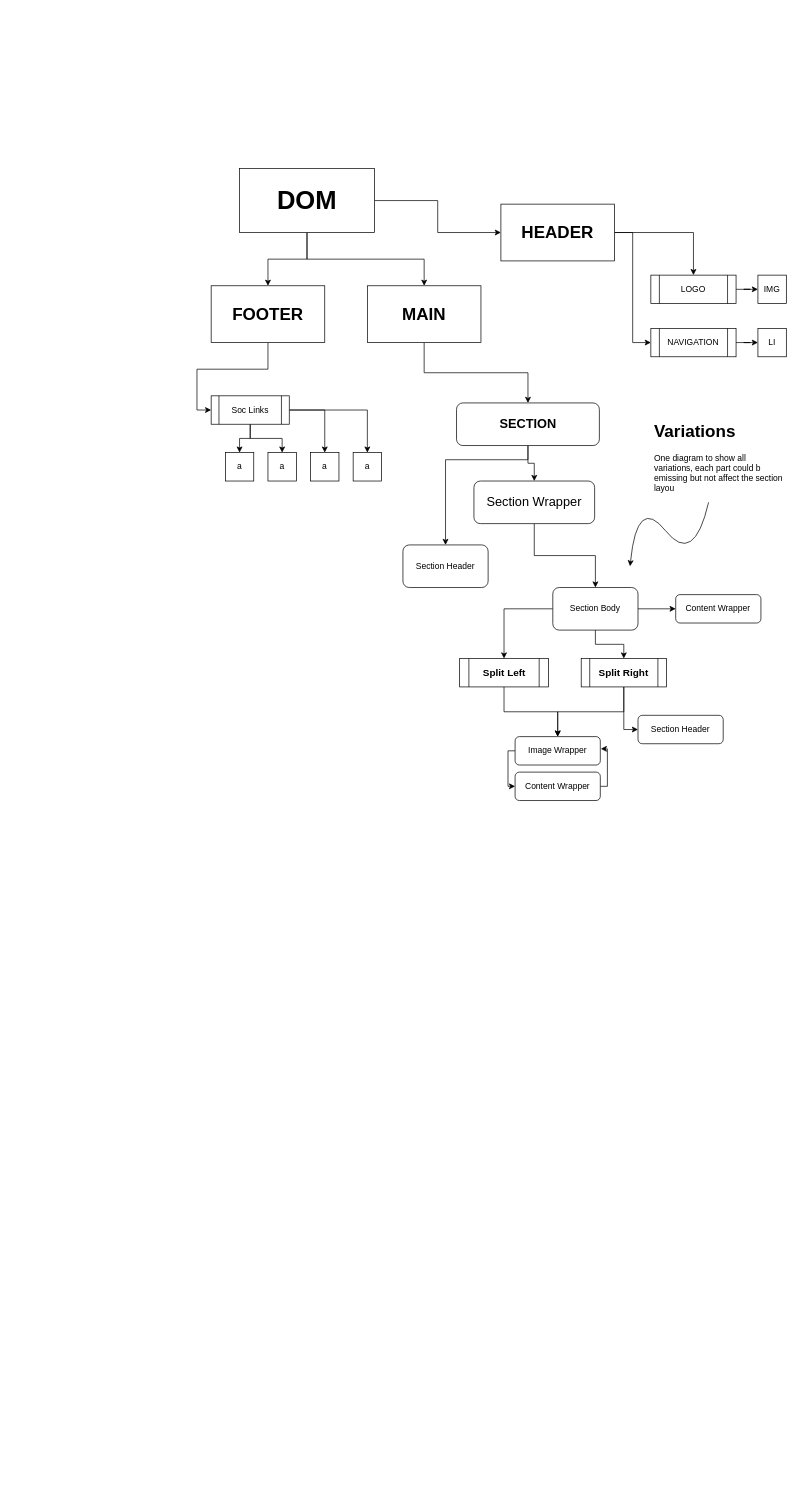
Above: Untitled Diagram.drawio in erazmozen/React-Gallery (draw.io), before the change. Source tidied: cells renumbered, new cells numbered last; positions are measured from the earlier drawing's top-left corner, leaving out a move shared by most shapes. Both pictures are drawn from the tidied source at 71%, with x=0, y=0 at pixel (211, 168).
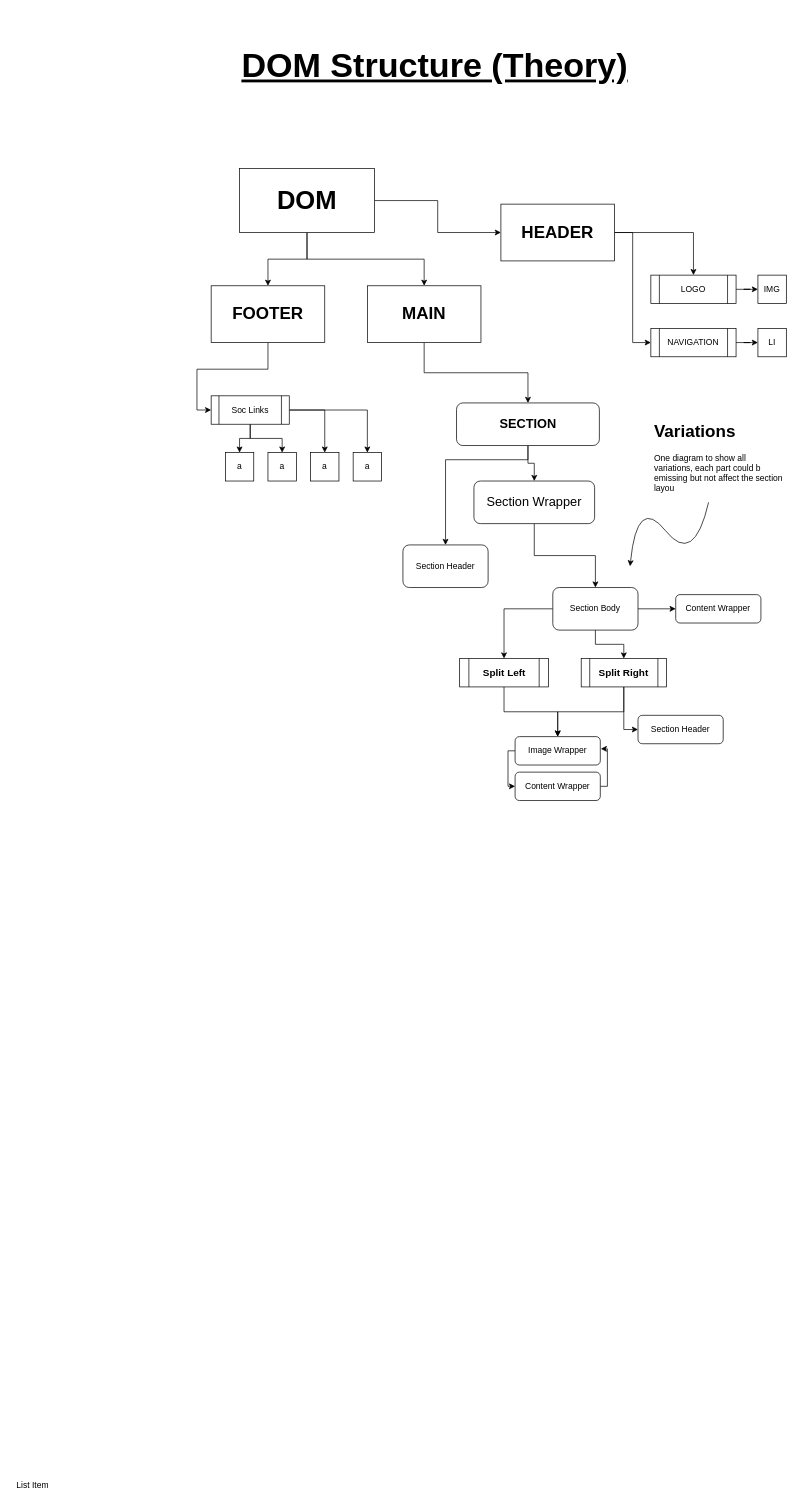
Above is the later version.

Change to the diagram source:
```diff
@@
+    <mxCell id="51" value="&lt;font style=&quot;font-size: 48px;&quot;&gt;&lt;b&gt;&lt;u&gt;DOM Structure (Theory)&lt;/u&gt;&lt;/b&gt;&lt;/font&gt;" style="text;html=1;strokeColor=none;fillColor=none;align=center;verticalAlign=middle;whiteSpace=wrap;rounded=0;" parent="1" vertex="1">
+      <mxGeometry x="39.9" y="-220" width="550" height="150" as="geometry" />
+    </mxCell>
+    <mxCell id="52" value="List Item" style="text;strokeColor=none;fillColor=none;align=left;verticalAlign=middle;spacingLeft=4;spacingRight=4;overflow=hidden;whiteSpace=wrap;html=1;" parent="1" vertex="1">
+      <mxGeometry x="-280" y="1840" width="80" height="30" as="geometry" />
+    </mxCell>
```
